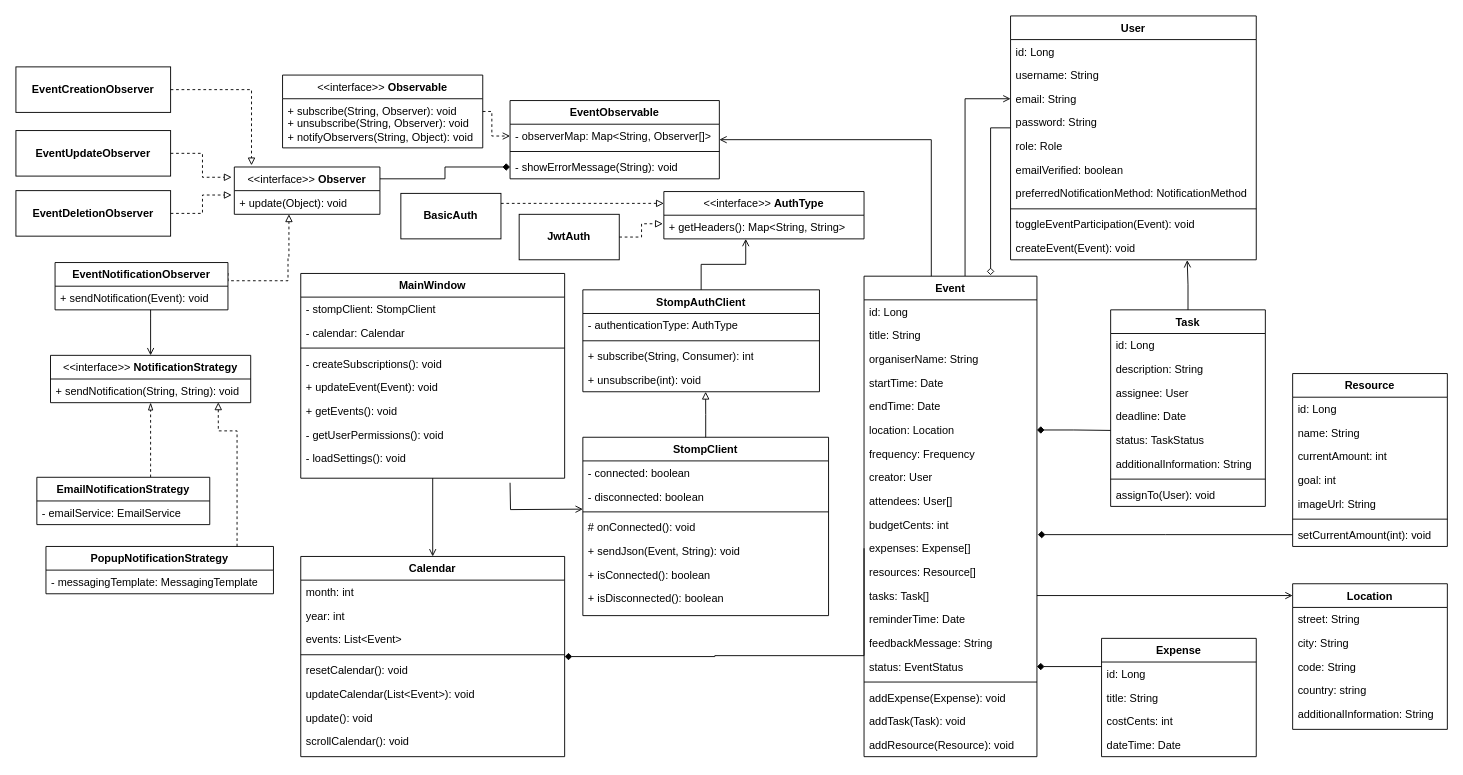
Before: ess-classes.drawio in kguzek/event-scheduling-system, a draw.io diagram. Source tidied: cells renumbered, new cells numbered last; positions are measured from the earlier drawing's top-left corner, leaving out a move shared by most shapes. Both pictures are drawn from the tidied source at 91%, with x=0, y=0 at pixel (15, 15).
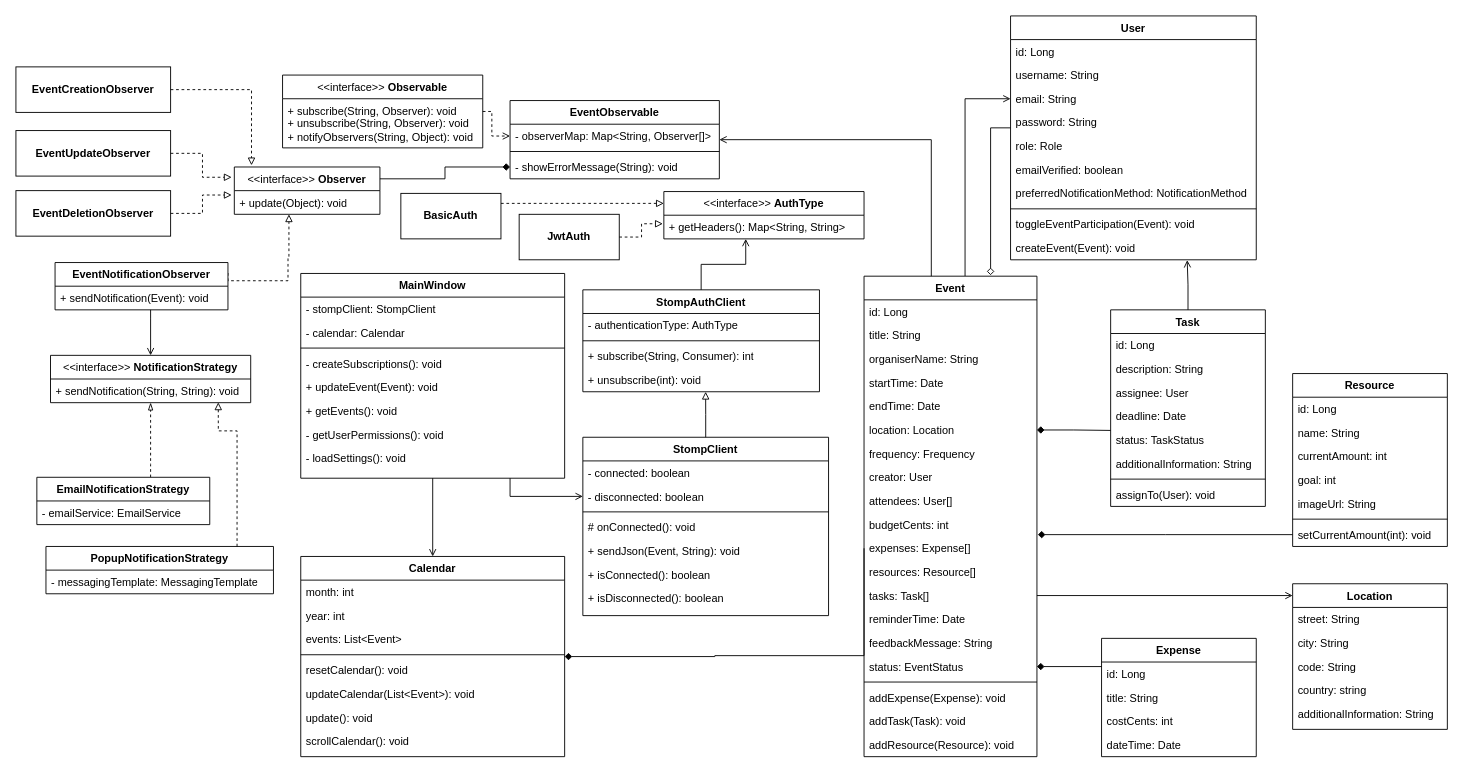
The same page after the edit.

Commit message:
fix mainwindow->stompclient relation

The change refers to these unchanged cells:
```xml
<mxCell id="67" value="- disconnected: boolean" style="text;align=left;verticalAlign=top;spacingLeft=4;spacingRight=4;overflow=hidden;points=[[0,0.5],[1,0.5]];portConstraint=eastwest;rounded=0;shadow=0;html=0;" parent="65" vertex="1">
  <mxGeometry y="52" width="270" height="26" as="geometry" />
</mxCell>
<mxCell id="74" value="MainWindow" style="swimlane;fontStyle=1;align=center;verticalAlign=top;horizontal=1;startSize=26;rounded=0;shadow=0;strokeWidth=1;" parent="1" vertex="1">
  <mxGeometry x="313" y="283" width="290" height="225" as="geometry" />
</mxCell>
```

Change to the diagram source:
```diff
@@
-    <mxCell id="121" style="edgeStyle=orthogonalEdgeStyle;rounded=0;orthogonalLoop=1;jettySize=auto;html=1;endArrow=none;startFill=0;startArrow=open;" parent="1" edge="1">
-      <mxGeometry relative="1" as="geometry">
-        <mxPoint x="623" y="542" as="sourcePoint" />
-        <mxPoint x="543" y="513" as="targetPoint" />
-      </mxGeometry>
-    </mxCell>
@@
+    <mxCell id="140" style="edgeStyle=orthogonalEdgeStyle;rounded=0;jettySize=auto;html=1;endArrow=none;startFill=0;startArrow=open;" parent="1" edge="1" source="67" target="74">
+      <mxGeometry relative="1" as="geometry">
+        <Array as="points">
+          <mxPoint x="543" y="528" />
+        </Array>
+      </mxGeometry>
+    </mxCell>
```
